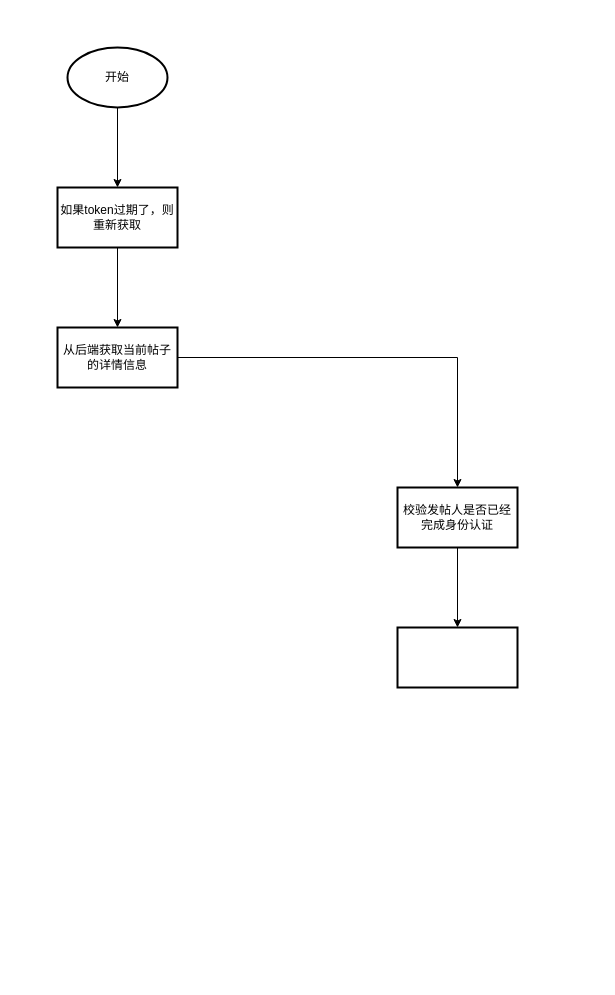
Earlier version of the draw.io diagram page "页面监听加载" (1 of 2) of tietie/postdetail.drawio (Zhou-Ru-Xuan/drawio-workplace). Source tidied: cells renumbered, new cells numbered last; positions are measured from the earlier drawing's top-left corner, leaving out a move shared by most shapes. Both pictures are drawn from the tidied source at 100%, with x=0, y=0 at pixel (57, 47).
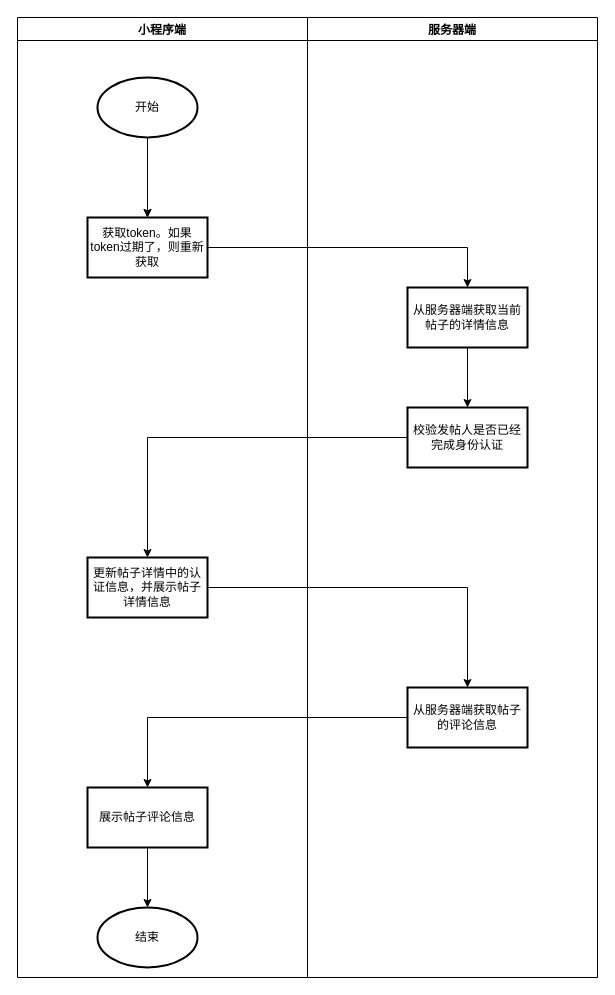
Above is the later version.

What changed in the source:
```diff
@@
 <mxGraphModel>
   <root>
     <mxCell id="0" />
     <mxCell id="1" parent="0" />
+    <mxCell id="4" style="edgeStyle=orthogonalEdgeStyle;rounded=0;jettySize=auto;html=1;" parent="1" edge="1" source="5" target="7">
+      <mxGeometry relative="1" as="geometry" />
+    </mxCell>
+    <mxCell id="11" style="edgeStyle=orthogonalEdgeStyle;rounded=0;jettySize=auto;html=1;" parent="1" edge="1" source="9" target="16">
+      <mxGeometry relative="1" as="geometry" />
+    </mxCell>
+    <mxCell id="12" style="edgeStyle=orthogonalEdgeStyle;rounded=0;jettySize=auto;html=1;" parent="1" edge="1" source="16" target="21">
+      <mxGeometry relative="1" as="geometry" />
+    </mxCell>
+    <mxCell id="13" style="edgeStyle=orthogonalEdgeStyle;rounded=0;jettySize=auto;html=1;" parent="1" edge="1" source="21" target="17">
+      <mxGeometry relative="1" as="geometry" />
+    </mxCell>
+    <mxCell id="14" value="小程序端" style="swimlane;" parent="1" vertex="1">
+      <mxGeometry x="-40" y="-30" width="290" height="960" as="geometry" />
+    </mxCell>
+    <mxCell id="3" value="开始" style="strokeWidth=2;html=1;shape=mxgraph.flowchart.start_1;whiteSpace=wrap;" parent="14" vertex="1">
+      <mxGeometry x="80" y="60" width="100" height="60" as="geometry" />
+    </mxCell>
+    <mxCell id="5" value="获取token。如果token过期了，则重新获取" style="whiteSpace=wrap;html=1;strokeWidth=2;" parent="14" vertex="1">
+      <mxGeometry x="70" y="200" width="120" height="60" as="geometry" />
+    </mxCell>
-    <mxCell id="2" style="edgeStyle=orthogonalEdgeStyle;rounded=0;jettySize=auto;html=1;" parent="1" edge="1" source="3" target="5">
+    <mxCell id="2" style="edgeStyle=orthogonalEdgeStyle;rounded=0;jettySize=auto;html=1;" parent="14" edge="1" source="3" target="5">
       <mxGeometry relative="1" as="geometry" />
     </mxCell>
-    <mxCell id="3" value="开始" style="strokeWidth=2;html=1;shape=mxgraph.flowchart.start_1;whiteSpace=wrap;" parent="1" vertex="1">
-      <mxGeometry x="10" width="100" height="60" as="geometry" />
-    </mxCell>
-    <mxCell id="4" style="edgeStyle=orthogonalEdgeStyle;rounded=0;jettySize=auto;html=1;" parent="1" edge="1" source="5" target="7">
-      <mxGeometry relative="1" as="geometry" />
-    </mxCell>
-    <mxCell id="5" value="如果token过期了，则重新获取" style="whiteSpace=wrap;html=1;strokeWidth=2;" parent="1" vertex="1">
-      <mxGeometry y="140" width="120" height="60" as="geometry" />
-    </mxCell>
+    <mxCell id="15" style="edgeStyle=orthogonalEdgeStyle;rounded=0;jettySize=auto;html=1;" parent="14" edge="1" source="3" target="5">
+      <mxGeometry relative="1" as="geometry" />
+    </mxCell>
+    <mxCell id="16" value="更新帖子详情中的认证信息，并展示帖子详情信息" style="whiteSpace=wrap;html=1;strokeWidth=2;" parent="14" vertex="1">
+      <mxGeometry x="70" y="540" width="120" height="60" as="geometry" />
+    </mxCell>
+    <mxCell id="17" value="展示帖子评论信息" style="whiteSpace=wrap;html=1;strokeWidth=2;" parent="14" vertex="1">
+      <mxGeometry x="70" y="770" width="120" height="60" as="geometry" />
+    </mxCell>
+    <mxCell id="18" value="结束" style="strokeWidth=2;html=1;shape=mxgraph.flowchart.start_1;whiteSpace=wrap;" parent="14" vertex="1">
+      <mxGeometry x="80" y="890" width="100" height="60" as="geometry" />
+    </mxCell>
+    <mxCell id="19" style="edgeStyle=orthogonalEdgeStyle;rounded=0;jettySize=auto;html=1;exitX=0.5;exitY=1;exitDx=0;exitDy=0;entryX=0.5;entryY=0;entryDx=0;entryDy=0;entryPerimeter=0;" parent="14" edge="1" source="17" target="18">
+      <mxGeometry relative="1" as="geometry" />
+    </mxCell>
+    <mxCell id="20" value="服务器端" style="swimlane;" parent="1" vertex="1">
+      <mxGeometry x="250" y="-30" width="290" height="960" as="geometry" />
+    </mxCell>
+    <mxCell id="7" value="从服务器端获取当前帖子的详情信息" style="whiteSpace=wrap;html=1;strokeWidth=2;" parent="20" vertex="1">
+      <mxGeometry x="100" y="270" width="120" height="60" as="geometry" />
+    </mxCell>
+    <mxCell id="9" value="校验发帖人是否已经完成身份认证" style="whiteSpace=wrap;html=1;strokeWidth=2;" parent="20" vertex="1">
+      <mxGeometry x="100" y="390" width="120" height="60" as="geometry" />
+    </mxCell>
-    <mxCell id="6" style="edgeStyle=orthogonalEdgeStyle;rounded=0;jettySize=auto;html=1;" parent="1" edge="1" source="7" target="9">
+    <mxCell id="6" style="edgeStyle=orthogonalEdgeStyle;rounded=0;jettySize=auto;html=1;" parent="20" edge="1" source="7" target="9">
       <mxGeometry relative="1" as="geometry" />
     </mxCell>
-    <mxCell id="7" value="从后端获取当前帖子的详情信息" style="whiteSpace=wrap;html=1;strokeWidth=2;" parent="1" vertex="1">
-      <mxGeometry y="280" width="120" height="60" as="geometry" />
-    </mxCell>
-    <mxCell id="8" style="edgeStyle=orthogonalEdgeStyle;rounded=0;jettySize=auto;html=1;" parent="1" edge="1" source="9" target="10">
-      <mxGeometry relative="1" as="geometry" />
-    </mxCell>
-    <mxCell id="9" value="校验发帖人是否已经完成身份认证" style="whiteSpace=wrap;html=1;strokeWidth=2;" parent="1" vertex="1">
-      <mxGeometry x="340" y="440" width="120" height="60" as="geometry" />
-    </mxCell>
-    <mxCell id="10" style="whiteSpace=wrap;html=1;strokeWidth=2;" parent="1" vertex="1">
-      <mxGeometry x="340" y="580" width="120" height="60" as="geometry" />
-    </mxCell>
+    <mxCell id="21" value="从服务器端获取帖子的评论信息" style="whiteSpace=wrap;html=1;strokeWidth=2;" parent="20" vertex="1">
+      <mxGeometry x="100" y="670" width="120" height="60" as="geometry" />
+    </mxCell>
   </root>
 </mxGraphModel>
```
